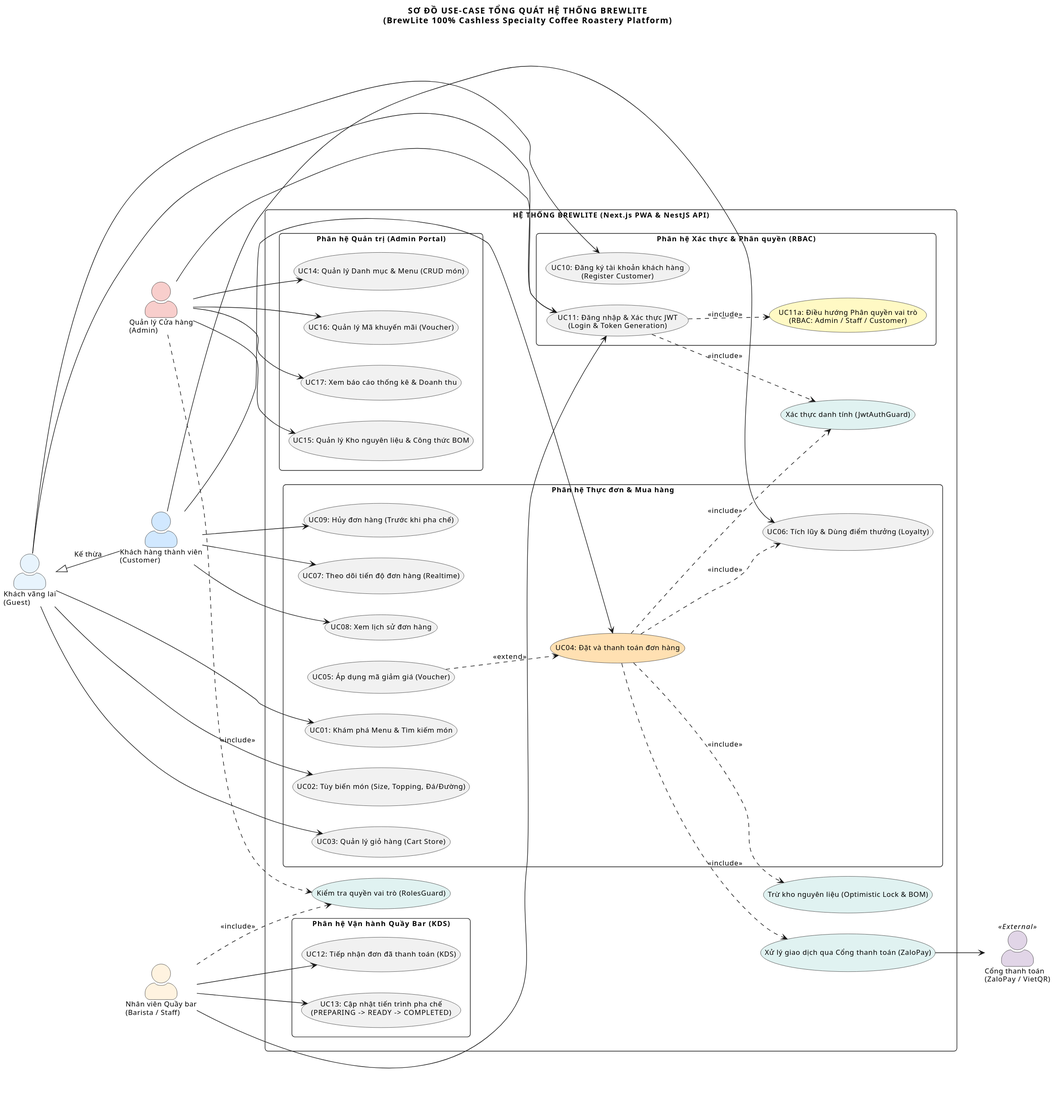
Before: docs/diagrams/use-case.svg, a diagram exported from PlantUML (MaGiaVy/BrewLite_project).
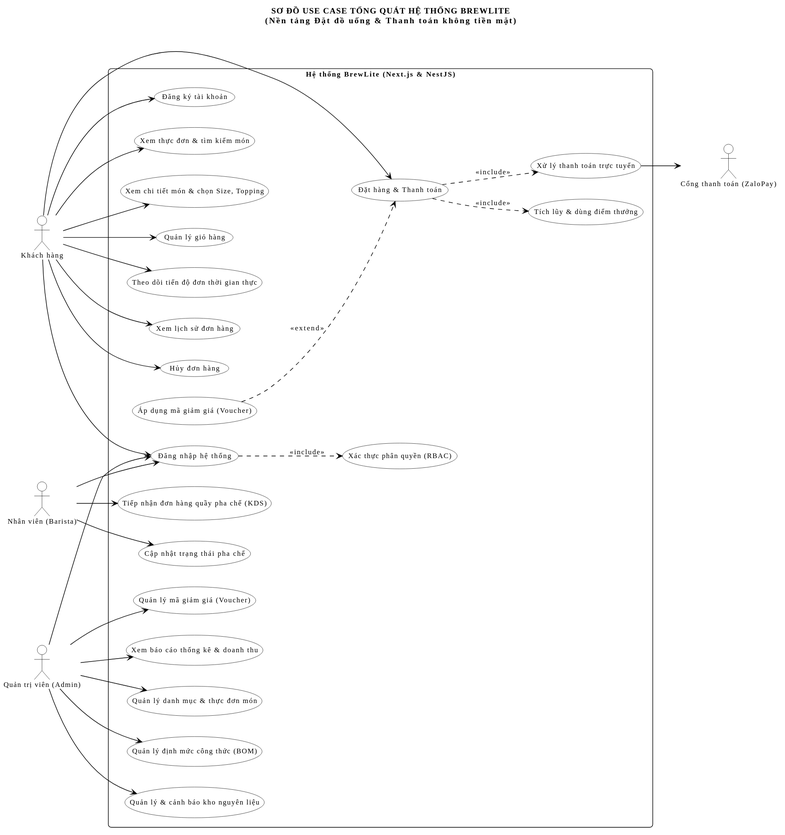
Later version of the same file.

Commit message:
docs(diagrams): simplify use case diagram to black and white standard UML without colors

Change to the diagram source:
```diff
@@ -1,92 +1,85 @@
 @startuml
 left to right direction
-skinparam actorStyle awesome
+skinparam defaultFontName "Segoe UI, Arial, sans-serif"
+skinparam defaultFontSize 12
+skinparam roundcorner 10
+
 skinparam packageStyle rectangle
-skinparam roundcorner 10
-skinparam defaultFontName "Segoe UI", Arial, sans-serif
-skinparam defaultFontSize 12
-
-title **SƠ ĐỒ USE-CASE TỔNG QUÁT HỆ THỐNG BREWLITE**\n(BrewLite 100% Cashless Specialty Coffee Roastery Platform)
-
-actor "Khách vãng lai\n(Guest)" as Guest #E8F4FD
-actor "Khách hàng thành viên\n(Customer)" as Customer #D1E8FF
-actor "Nhân viên Quầy bar\n(Barista / Staff)" as Staff #FFF3E0
-actor "Quản lý Cửa hàng\n(Admin)" as Admin #F8CECC
-actor "Cổng thanh toán\n(ZaloPay / VietQR)" as Gateway <<External>> #E1D5E7
-
-Guest <|-- Customer : Kế thừa
-
-rectangle "HỆ THỐNG BREWLITE (Next.js PWA & NestJS API)" {
-
-    package "Phân hệ Xác thực & Phân quyền (RBAC)" {
-        usecase "UC10: Đăng ký tài khoản khách hàng\n(Register Customer)" as UC_Register
-        usecase "UC11: Đăng nhập & Xác thực JWT\n(Login & Token Generation)" as UC_Login
-        usecase "UC11a: Điều hướng Phân quyền vai trò\n(RBAC: Admin / Staff / Customer)" as UC_RBAC_Routing #FFF9C4
-    }
-
-    package "Phân hệ Thực đơn & Mua hàng" {
-        usecase "UC01: Khám phá Menu & Tìm kiếm món" as UC_Menu
-        usecase "UC02: Tùy biến món (Size, Topping, Đá/Đường)" as UC_Customize
-        usecase "UC03: Quản lý giỏ hàng (Cart Store)" as UC_Cart
-        usecase "UC04: Đặt và thanh toán đơn hàng" as UC_Checkout #FFE0B2
-        usecase "UC05: Áp dụng mã giảm giá (Voucher)" as UC_Voucher
-        usecase "UC06: Tích lũy & Dùng điểm thưởng (Loyalty)" as UC_Loyalty
-        usecase "UC07: Theo dõi tiến độ đơn hàng (Realtime)" as UC_Track
-        usecase "UC08: Xem lịch sử đơn hàng" as UC_History
-        usecase "UC09: Hủy đơn hàng (Trước khi pha chế)" as UC_Cancel
-    }
-
-    package "Phân hệ Vận hành Quầy Bar (KDS)" {
-        usecase "UC12: Tiếp nhận đơn đã thanh toán (KDS)" as UC_KDS_View
-        usecase "UC13: Cập nhật tiến trình pha chế\n(PREPARING -> READY -> COMPLETED)" as UC_KDS_Update
-    }
-
-    package "Phân hệ Quản trị (Admin Portal)" {
-        usecase "UC14: Quản lý Danh mục & Menu (CRUD món)" as UC_Admin_Menu
-        usecase "UC15: Quản lý Kho nguyên liệu & Công thức BOM" as UC_Admin_BOM
-        usecase "UC16: Quản lý Mã khuyến mãi (Voucher)" as UC_Admin_Voucher
-        usecase "UC17: Xem báo cáo thống kê & Doanh thu" as UC_Admin_Report
-    }
-
-    usecase "Xác thực danh tính (JwtAuthGuard)" as UC_Auth_Check #E0F2F1
-    usecase "Kiểm tra quyền vai trò (RolesGuard)" as UC_Roles_Check #E0F2F1
-    usecase "Trừ kho nguyên liệu (Optimistic Lock & BOM)" as UC_Deduct_Stock #E0F2F1
-    usecase "Xử lý giao dịch qua Cổng thanh toán (ZaloPay)" as UC_Process_Payment #E0F2F1
+skinparam shadowing false
+skinparam actor {
+    BorderColor black
+    BackgroundColor white
+}
+skinparam usecase {
+    BorderColor black
+    BackgroundColor white
+    ArrowColor black
+}
+skinparam rectangle {
+    BorderColor black
+    BackgroundColor white
 }
 
+title SƠ ĐỒ USE CASE TỔNG QUÁT HỆ THỐNG BREWLITE\n(Nền tảng Đặt đồ uống & Thanh toán không tiền mặt)
 
-Guest --> UC_Menu
-Guest --> UC_Customize
-Guest --> UC_Cart
-Guest --> UC_Register
-Guest --> UC_Login
+actor "Khách hàng" as Customer
 
+rectangle "Hệ thống BrewLite (Next.js & NestJS)" {
+
+    usecase "Đăng ký tài khoản" as UC_Register
+    usecase "Đăng nhập hệ thống" as UC_Login
+    usecase "Xác thực phân quyền (RBAC)" as UC_RBAC
+
+    usecase "Xem thực đơn & tìm kiếm món" as UC_Menu
+    usecase "Xem chi tiết món & chọn Size, Topping" as UC_Detail
+    usecase "Quản lý giỏ hàng" as UC_Cart
+    usecase "Đặt hàng & Thanh toán" as UC_Checkout
+    usecase "Áp dụng mã giảm giá (Voucher)" as UC_Voucher
+    usecase "Tích lũy & dùng điểm thưởng" as UC_Loyalty
+    usecase "Xử lý thanh toán trực tuyến" as UC_Payment
+    usecase "Theo dõi tiến độ đơn thời gian thực" as UC_Track
+    usecase "Xem lịch sử đơn hàng" as UC_History
+    usecase "Hủy đơn hàng" as UC_Cancel
+
+    usecase "Tiếp nhận đơn hàng quầy pha chế (KDS)" as UC_StaffView
+    usecase "Cập nhật trạng thái pha chế" as UC_StaffUpdate
+
+    usecase "Quản lý danh mục & thực đơn món" as UC_AdminMenu
+    usecase "Quản lý định mức công thức (BOM)" as UC_AdminBOM
+    usecase "Quản lý & cảnh báo kho nguyên liệu" as UC_AdminInventory
+    usecase "Quản lý mã giảm giá (Voucher)" as UC_AdminVoucher
+    usecase "Xem báo cáo thống kê & doanh thu" as UC_AdminReport
+
+    UC_Login ..> UC_RBAC : <<include>>
+    UC_Checkout ..> UC_Payment : <<include>>
+    UC_Checkout ..> UC_Loyalty : <<include>>
+    UC_Voucher ..> UC_Checkout : <<extend>>
+}
+
+actor "Nhân viên (Barista)" as Staff
+actor "Quản trị viên (Admin)" as Admin
+actor "Cổng thanh toán (ZaloPay)" as PaymentGateway
+
+Customer --> UC_Register
+Customer --> UC_Login
+Customer --> UC_Menu
+Customer --> UC_Detail
+Customer --> UC_Cart
 Customer --> UC_Checkout
-Customer --> UC_Loyalty
 Customer --> UC_Track
 Customer --> UC_History
 Customer --> UC_Cancel
 
 Staff --> UC_Login
-Staff --> UC_KDS_View
-Staff --> UC_KDS_Update
-Staff ..> UC_Roles_Check : <<include>>
+Staff --> UC_StaffView
+Staff --> UC_StaffUpdate
 
 Admin --> UC_Login
-Admin --> UC_Admin_Menu
-Admin --> UC_Admin_BOM
-Admin --> UC_Admin_Voucher
-Admin --> UC_Admin_Report
-Admin ..> UC_Roles_Check : <<include>>
+Admin --> UC_AdminMenu
+Admin --> UC_AdminBOM
+Admin --> UC_AdminInventory
+Admin --> UC_AdminVoucher
+Admin --> UC_AdminReport
 
-UC_Login ..> UC_RBAC_Routing : <<include>>
-UC_Login ..> UC_Auth_Check : <<include>>
-
-UC_Checkout ..> UC_Auth_Check : <<include>>
-UC_Checkout ..> UC_Deduct_Stock : <<include>>
-UC_Checkout ..> UC_Process_Payment : <<include>>
-UC_Checkout ..> UC_Loyalty : <<include>>
-UC_Voucher ..> UC_Checkout : <<extend>>
-
-UC_Process_Payment --> Gateway
+UC_Payment --> PaymentGateway
 @enduml
```
